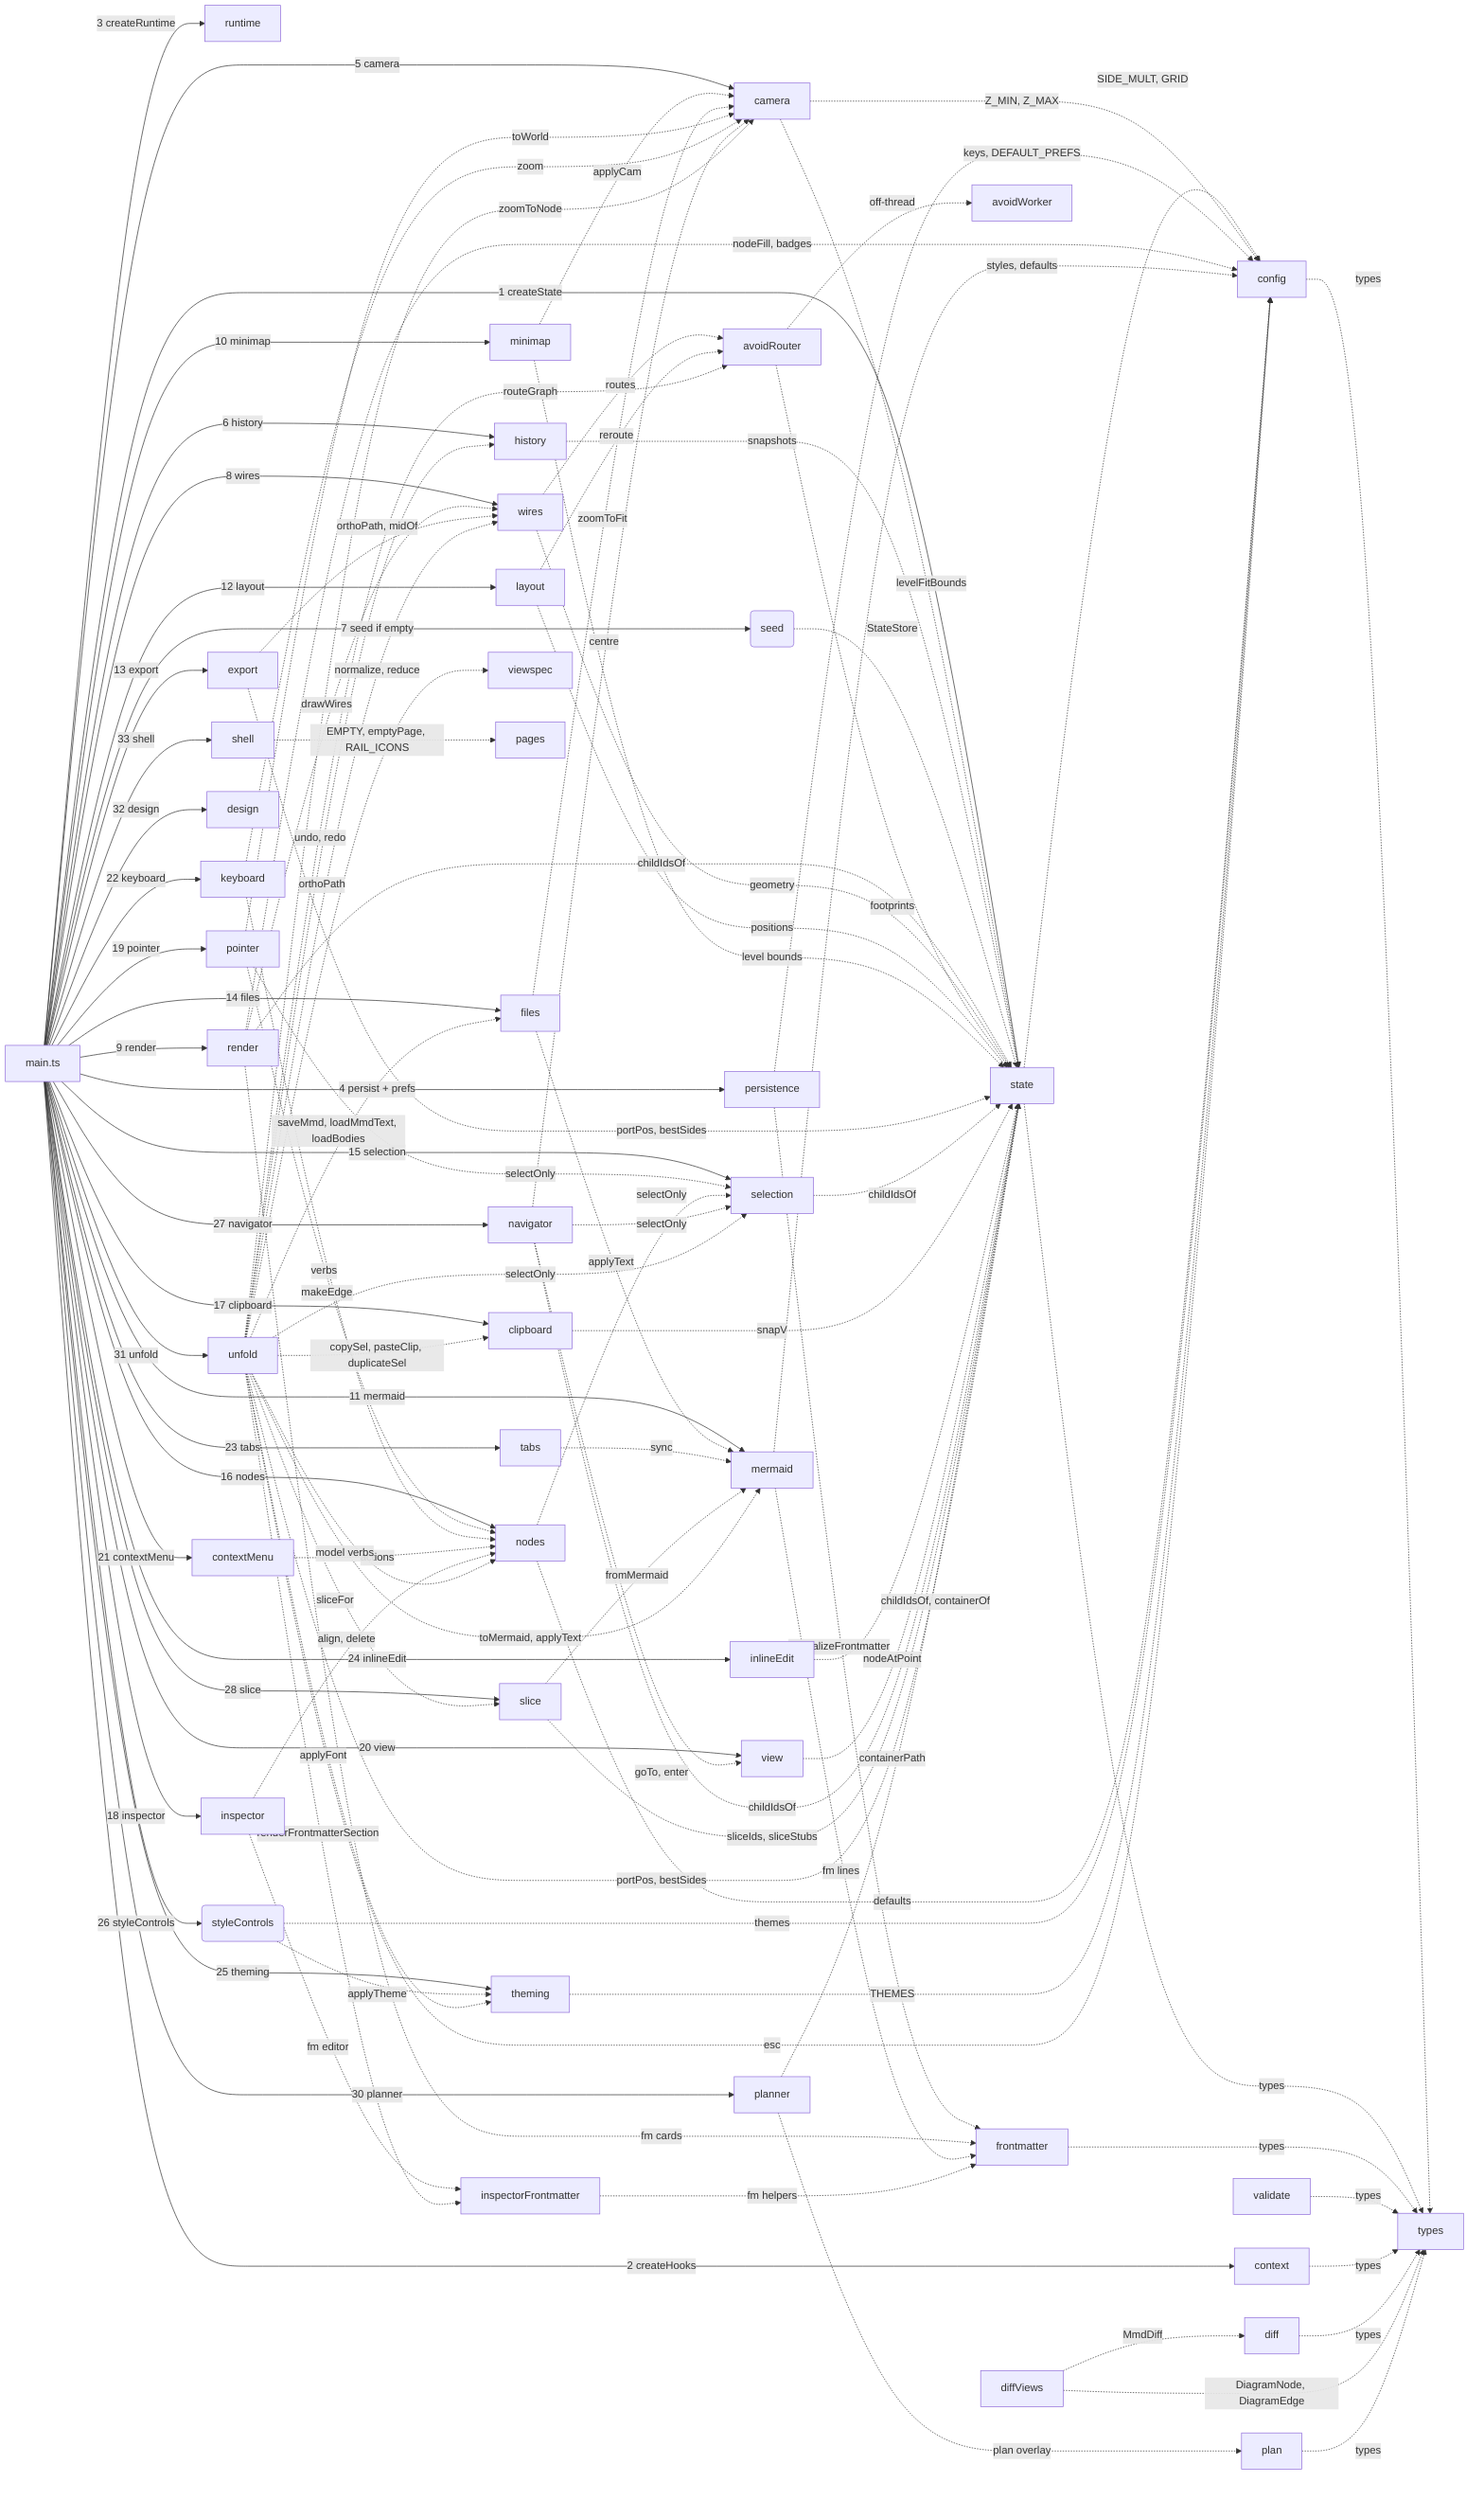
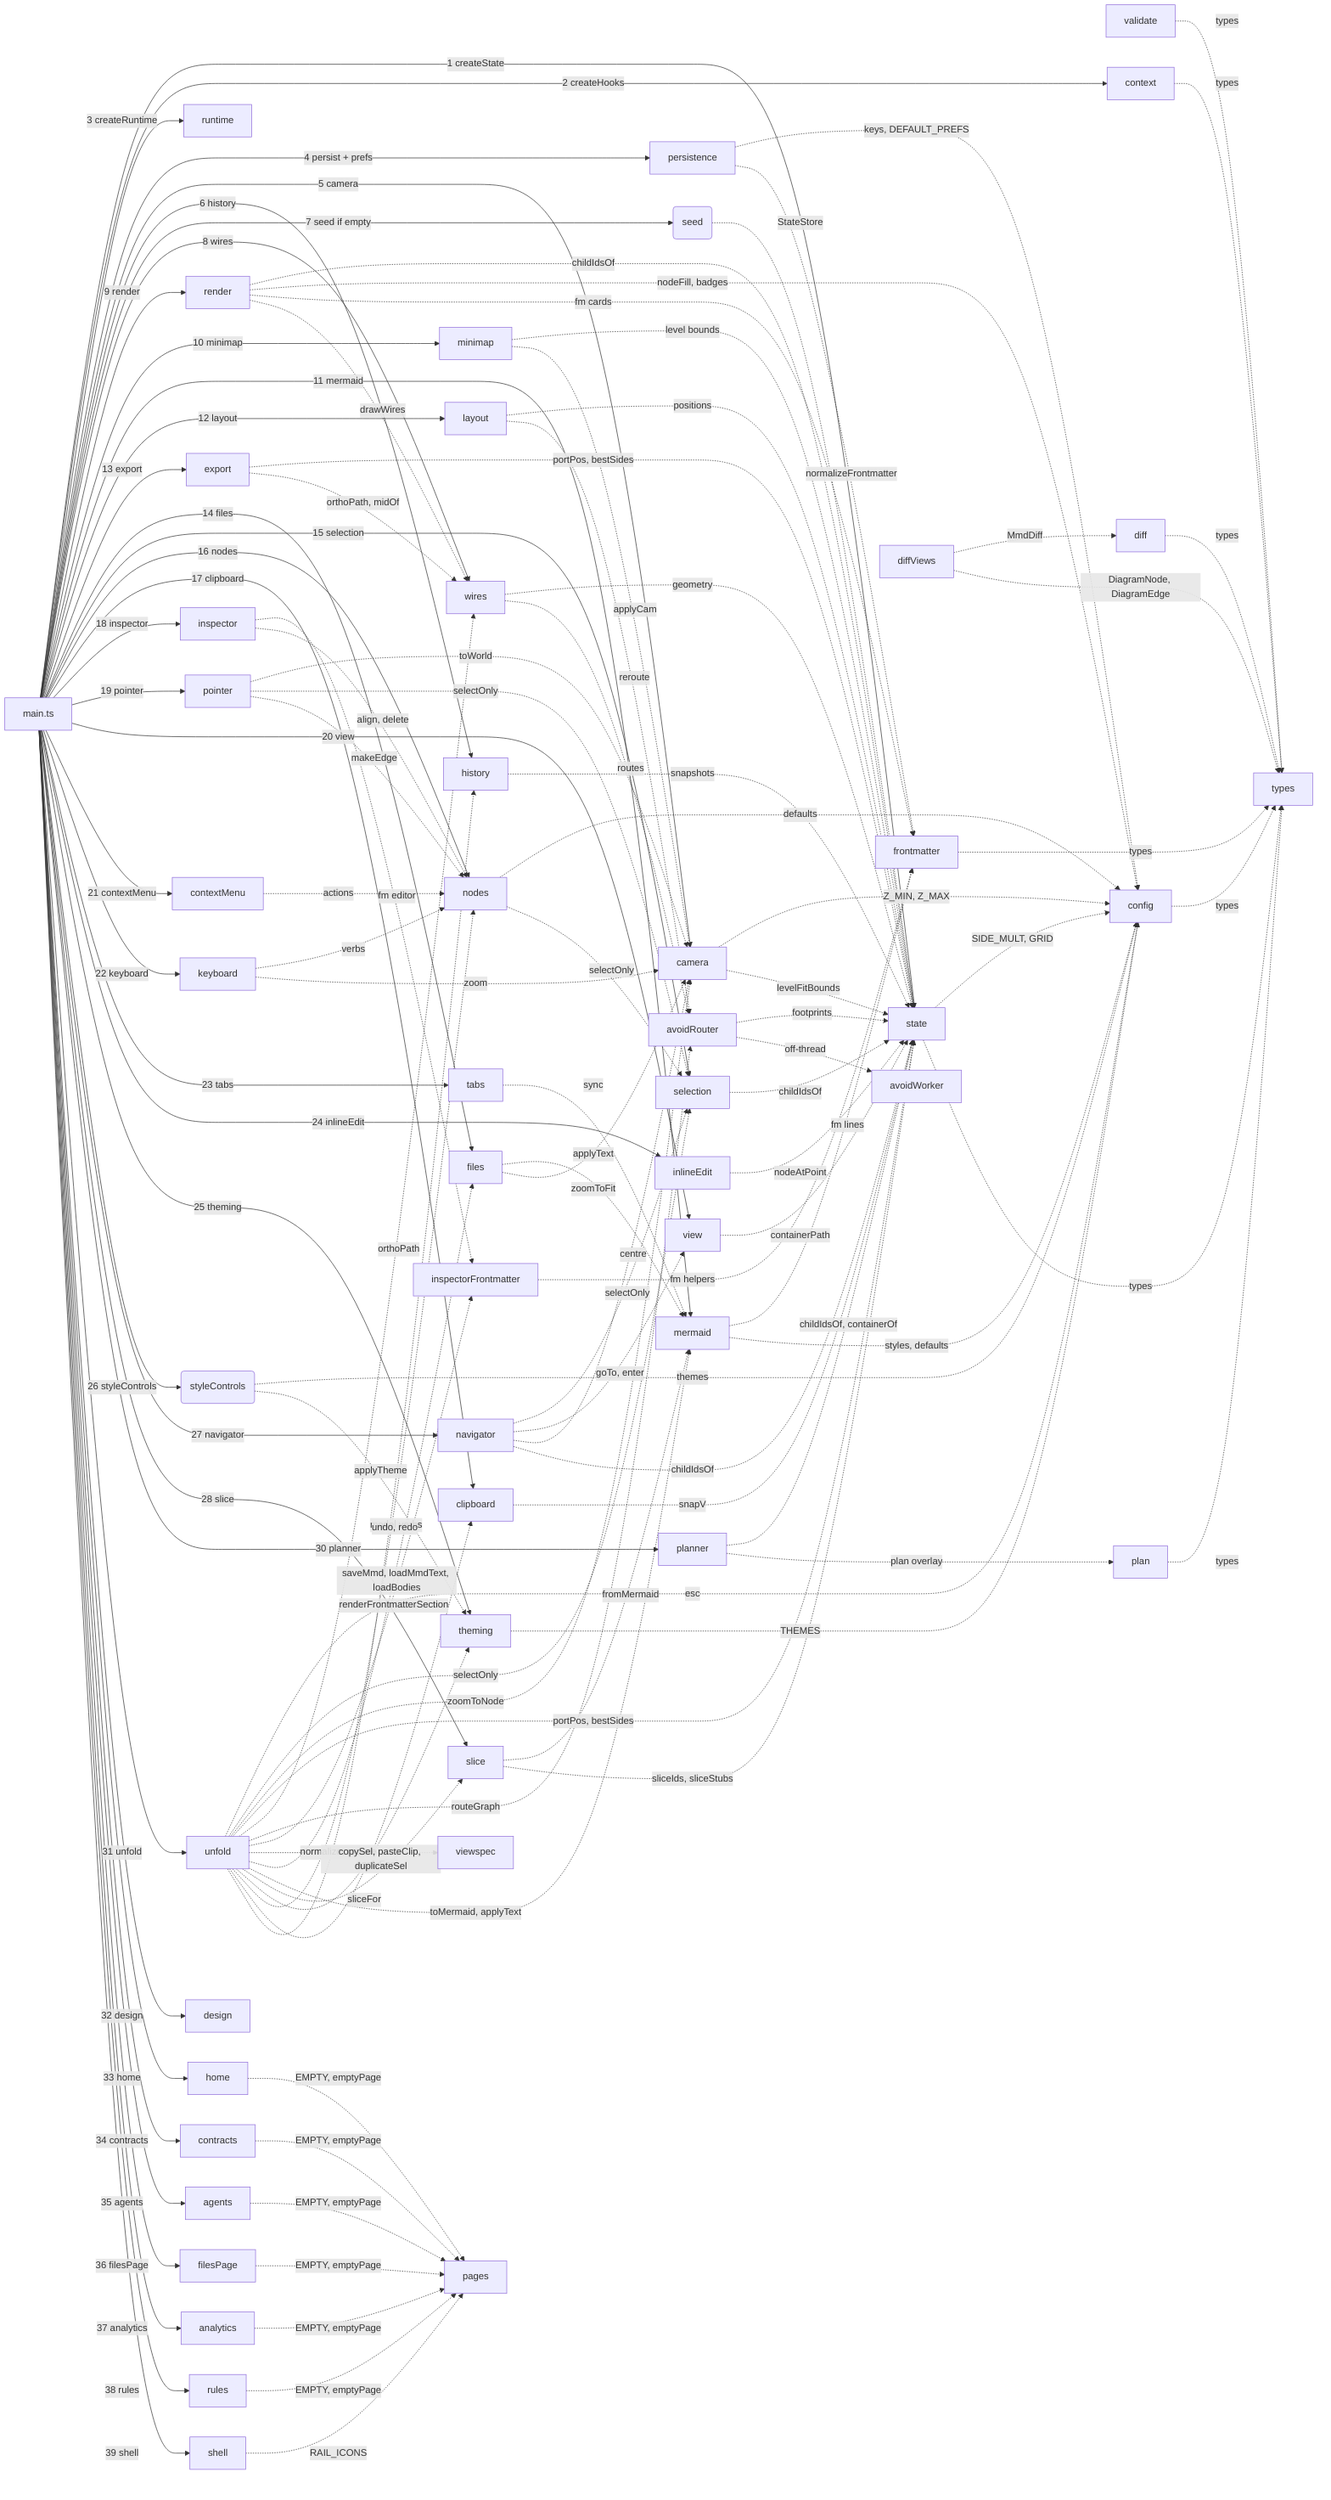
flowchart LR
%% root main

%% fm:meta main name=main
%% fm:meta main desc=composition root; builds AppContext, runs each initX in dependency order, wires hooks, boots
%% fm:meta state name=state
%% fm:meta state desc=the live diagram model (nodes, edges, selection, id counters) plus pure geometry + containment helpers
%% fm:meta frontmatter name=frontmatter
%% fm:meta frontmatter desc=per-node public-interface metadata; create, prune, serialize and parse to Mermaid %% lines
%% fm:meta validate name=validate
%% fm:meta validate desc=pure model integrity and serialize-parse round-trip checks; no DOM, types only
%% fm:meta history name=history
%% fm:meta history desc=bounded undo/redo stack of JSON model snapshots; restore writes back through hooks
%% fm:meta persistence name=persistence
%% fm:meta persistence desc=debounced autosave of model + camera to localStorage, plus load/save of Prefs
%% fm:meta camera name=camera
%% fm:meta camera desc=viewport pan and zoom transform; screen-to-world, applyCam, zoomAt, zoomToFit
%% fm:meta context name=context
%% fm:meta context desc=defines AppContext and the cross-module hook seam that breaks import cycles
%% fm:meta config name=config
%% fm:meta config desc=static lookup tables, palette, themes, fonts, zoom limits, storage keys plus tiny pure helpers
%% fm:meta types name=types
%% fm:meta types desc=shared domain types every module reads and writes; the vocabulary of the whole app
%% fm:meta runtime name=runtime
%% fm:meta runtime desc=tiny bag of transient interaction flags the render layer reads and interaction owns
%% fm:meta seed name=seed
%% fm:meta seed desc=first-run sample diagram, used only when there is no autosave to restore
%% fm:meta mermaid name=mermaid
%% fm:meta mermaid desc=two-way Mermaid text and model serializer/parser; the only module that knows the grammar
%% fm:meta layout name=layout
%% fm:meta layout desc=the Tidy automatic layered-tree layout; layers the spine and parks satellites
%% fm:meta exporter name=export
%% fm:meta exporter desc=build a standalone SVG from the model and export as a downloaded SVG or PNG
%% fm:meta files name=files
%% fm:meta files desc=save the diagram as a .mmd file and load a .mmd or bodies.json back in
%% fm:meta render name=render
%% fm:meta render desc=rebuild node DOM from the model each render; frontmatter cards, ports, drill affordance
%% fm:meta wires name=wires
%% fm:meta wires desc=draw all edges into the SVG layer plus the path geometry helpers reused by export
%% fm:meta avoidRouter name=avoidRouter
%% fm:meta avoidRouter desc=obstacle-avoiding orthogonal routing of reference edges via the libavoid WASM router
%% fm:meta minimap name=minimap
%% fm:meta minimap desc=paint the overview canvas and translate clicks and drags into camera moves
%% fm:meta avoidWorker name=avoidWorker
%% fm:meta avoidWorker desc=run the libavoid router in a dedicated worker so routing never blocks the main thread
%% fm:meta pointer name=pointer
%% fm:meta pointer desc=direct-manipulation on the canvas: drag, marquee, pan, resize, port-drag linking
%% fm:meta nodes name=nodes
%% fm:meta nodes desc=create/modify/destroy verbs on the model: addNode, makeEdge, deleteSelection, align, group
%% fm:meta selection name=selection
%% fm:meta selection desc=user-facing selection verbs that mutate sel then render and refresh the inspector
%% fm:meta clipboard name=clipboard
%% fm:meta clipboard desc=in-memory copy, paste with id remapping, and duplicate of the selection
%% fm:meta keyboard name=keyboard
%% fm:meta keyboard desc=global key and wheel handling: undo, clipboard, delete, nudge, quick-add, zoom, pan
%% fm:meta inlineEdit name=inlineEdit
%% fm:meta inlineEdit desc=double-click contenteditable label editing plus the dblclick drop-and-edit flow
%% fm:meta contextMenu name=contextMenu
%% fm:meta contextMenu desc=build and position the right-click menu with node or canvas actions
%% fm:meta view name=view
%% fm:meta view desc=own the current drill level and the verbs that change it, plus the breadcrumb
%% fm:meta inspector name=inspector
%% fm:meta inspector desc=render the right-hand property editor for a node, multi-selection, or an edge
%% fm:meta inspectorFrontmatter name=inspectorFrontmatter
%% fm:meta inspectorFrontmatter desc=render and wire the frontmatter editor for a single selected node
%% fm:meta tabs name=tabs
%% fm:meta tabs desc=switch the right panel between panes, collapse it, and show transient toasts
%% fm:meta styleControls name=styleControls
%% fm:meta styleControls desc=build and wire the Style tab: theme chips, font, toggles, routing select
%% fm:meta theming name=theming
%% fm:meta theming desc=translate prefs into live CSS variables and canvas state at runtime
%% fm:meta diff name=diff
%% fm:meta diff desc=compare two parsed models and compute the semantic delta: added, removed and changed nodes and edges
%% fm:meta navigator name=navigator
%% fm:meta navigator desc=searchable, filterable node list; click a row to drill, select and centre the camera
%% fm:meta slice name=slice
%% fm:meta slice desc=show a self-contained mmd of the selected node's neighbourhood, with a Copy button
%% fm:meta diffViews name=diffViews
%% fm:meta diffViews desc=four diff-view renderers (list, split, impact, ghost overlay) over a diffModels result; orphaned since diff-workspace.ts (their only caller) was deleted as dead code 2026-07-04 — exercised only by tools/buildspec/diff-views.test.mjs, kept for that test's F-16 canonical-suite guarantee
%% fm:meta plan name=plan
%% fm:meta plan desc=build-plan overlay model (pure): status/intent/phase changes keyed on real nodes/edges, plus blast-radius and coherence helpers
%% fm:meta planner name=planner
%% fm:meta planner desc=full-screen build-plan review surface: status overlay on the real map, tri-pane sync, accept/reject with dependency coherence, gated export to buildspec
%% fm:meta unfold name=unfold
%% fm:meta unfold desc=reading mode: full-screen folded view of ctx.state — containment roots only at arrival, unfold in place, opt-in layers (wires, desc, interfaces, metrics, colour, blast radius), browse tree, inspector with ctx.bodies source; the panel is a resizable, collapsible dock with tabs at the reveal strip on two rows (reveal · io · mermaid / slice · style); model verbs are hidden by default, revealed by selection — overlay-scoped keyboard shortcuts and a selection-only '⋯' actions menu (add/connect/duplicate/copy/paste/wrap/edit/edge ops/delete/clear/undo/redo), every verb gated by the pure ufVerbAllowed
%% fm:meta viewspec name=viewspec
%% fm:meta viewspec desc=the M3 ViewSpec contract (pure): one serializable spec object is the reading view — screen = render(spec); normalizer is the schema boundary, reducer is the only mutation path; also owns the M4 boot-surface contract (AppSurface, resolveBootSurface — read is the sticky default)
%% fm:meta shell name=shell
- %% fm:meta shell desc=K3 IDE shell — left icon rail + hash router + page host; the Codebase route reveals the untouched editor, design renders through the injected renderDesign dep, the other 6 render designed empty states (SPEC_SHELL)
+ %% fm:meta shell desc=K3 IDE shell — left icon rail + hash router + page host; the Codebase route reveals the untouched editor, every other tab (design plus the 6 K-seam stubs) renders through its own injected renderX dep (SPEC_SHELL)
%% fm:meta pages name=pages
- %% fm:meta pages desc=K3 IDE shell empty-state data + rail icon glyphs: EMPTY table, emptyPage factory, RAIL_ICONS (design has no row any more — K5 made it a real page)
+ %% fm:meta pages desc=K3 IDE shell empty-state data + rail icon glyphs: EMPTY table, emptyPage factory, RAIL_ICONS (design has no row any more — K5 made it a real page; the other 6 rows are now each read by their own K-seam stub module instead of by shell.ts directly)
%% fm:meta design name=design
%% fm:meta design desc=K5 Design tab — outcome -> ONE question -> draft card (toggle-driven structural blocks) -> confirm -> hand-off to Contracts; design-model.ts's record + pure transitions, design-render.ts's DOM builders, design.ts's factory (SPEC_DESIGN.md)
+ %% fm:meta home name=home
+ %% fm:meta home desc=K-seam stub for K8 Home — thin initHome(ctx) factory rendering pages.ts's home empty-state row via emptyPage(); pre-wired so K8 owns src/ide/home.ts without touching main.ts/shell.ts/pages.ts again
+ %% fm:meta contracts name=contracts
+ %% fm:meta contracts desc=K-seam stub for K4 Contracts — thin initContracts(ctx) factory rendering pages.ts's contracts empty-state row via emptyPage(); K4 replaces the render body with the real keystone certificate view
+ %% fm:meta agents name=agents
+ %% fm:meta agents desc=K-seam stub for K6 Agents — thin initAgents(ctx) factory rendering pages.ts's agents empty-state row via emptyPage(); K6 replaces the render body with the real xterm.js-over-K2-bridge terminal
+ %% fm:meta filesPage name=filesPage
+ %% fm:meta filesPage desc=K-seam stub for K7 Files — thin initFilesPage(ctx) factory rendering pages.ts's files empty-state row via emptyPage(); also exports the RepoScope type-only placeholder other lanes may import ahead of K7
+ %% fm:meta analytics name=analytics
+ %% fm:meta analytics desc=K-seam stub for K10 Analytics — thin initAnalytics(ctx) factory rendering pages.ts's analytics empty-state row via emptyPage()
+ %% fm:meta rules name=rules
+ %% fm:meta rules desc=K-seam stub for K9 Rules — thin initRules(ctx) factory rendering pages.ts's rules empty-state row via emptyPage()

%% kind main module
%% kind state module
%% kind frontmatter module
%% kind validate module
%% kind history module
%% kind persistence module
%% kind camera module
%% kind context module
%% kind config module
%% kind types module
%% kind runtime module
%% kind seed function
%% kind mermaid module
%% kind layout module
%% kind exporter module
%% kind files module
%% kind render module
%% kind wires module
%% kind avoidRouter module
%% kind minimap module
%% kind avoidWorker module
%% kind pointer module
%% kind nodes module
%% kind selection module
%% kind clipboard module
%% kind keyboard module
%% kind inlineEdit module
%% kind contextMenu module
%% kind view module
%% kind inspector module
%% kind inspectorFrontmatter module
%% kind tabs module
%% kind styleControls function
%% kind theming module
%% kind diff module
%% kind navigator module
%% kind slice module
%% kind diffViews module
%% kind plan module
%% kind planner module
%% kind unfold module
%% kind viewspec module
%% kind shell module
%% kind pages module
%% kind design module
+ %% kind home module
+ %% kind contracts module
+ %% kind agents module
+ %% kind filesPage module
+ %% kind analytics module
+ %% kind rules module

  main["main.ts"]
  state["state"]
  frontmatter["frontmatter"]
  validate["validate"]
  history["history"]
  persistence["persistence"]
  camera["camera"]
  context["context"]
  config["config"]
  types["types"]
  runtime["runtime"]
  seed("seed")
  mermaid["mermaid"]
  layout["layout"]
  exporter["export"]
  files["files"]
  render["render"]
  wires["wires"]
  avoidRouter["avoidRouter"]
  minimap["minimap"]
  avoidWorker["avoidWorker"]
  pointer["pointer"]
  nodes["nodes"]
  selection["selection"]
  clipboard["clipboard"]
  keyboard["keyboard"]
  inlineEdit["inlineEdit"]
  contextMenu["contextMenu"]
  view["view"]
  inspector["inspector"]
  inspectorFrontmatter["inspectorFrontmatter"]
  tabs["tabs"]
  styleControls("styleControls")
  theming["theming"]
  diff["diff"]
  navigator["navigator"]
  slice["slice"]
  diffViews["diffViews"]
  plan["plan"]
  planner["planner"]
  unfold["unfold"]
  viewspec["viewspec"]
  shell["shell"]
  pages["pages"]
  design["design"]
+   home["home"]
+   contracts["contracts"]
+   agents["agents"]
+   filesPage["filesPage"]
+   analytics["analytics"]
+   rules["rules"]

  main -->|1 createState| state
  main -->|2 createHooks| context
  main -->|3 createRuntime| runtime
  main -->|4 persist + prefs| persistence
  main -->|5 camera| camera
  main -->|6 history| history
  main -->|7 seed if empty| seed
  main -->|8 wires| wires
  main -->|9 render| render
  main -->|10 minimap| minimap
  main -->|11 mermaid| mermaid
  main -->|12 layout| layout
  main -->|13 export| exporter
  main -->|14 files| files
  main -->|15 selection| selection
  main -->|16 nodes| nodes
  main -->|17 clipboard| clipboard
  main -->|18 inspector| inspector
  main -->|19 pointer| pointer
  main -->|20 view| view
  main -->|21 contextMenu| contextMenu
  main -->|22 keyboard| keyboard
  main -->|23 tabs| tabs
  main -->|24 inlineEdit| inlineEdit
  main -->|25 theming| theming
  main -->|26 styleControls| styleControls
  config -.->|types| types
  state -.->|SIDE_MULT, GRID| config
  state -.->|types| types
  camera -.->|Z_MIN, Z_MAX| config
  camera -.->|levelFitBounds| state
  persistence -.->|keys, DEFAULT_PREFS| config
  persistence -.->|normalizeFrontmatter| frontmatter
  history -.->|snapshots| state
  frontmatter -.->|types| types
  validate -.->|types| types
  seed -.->|StateStore| state
  context -.->|types| types
  render -.->|childIdsOf| state
  render -.->|nodeFill, badges| config
  render -.->|fm cards| frontmatter
  render -.->|drawWires| wires
  wires -.->|geometry| state
  wires -.->|routes| avoidRouter
  avoidRouter -.->|footprints| state
  avoidRouter -.->|off-thread| avoidWorker
  layout -.->|positions| state
  layout -.->|reroute| avoidRouter
  minimap -.->|level bounds| state
  minimap -.->|applyCam| camera
  mermaid -.->|fm lines| frontmatter
  mermaid -.->|styles, defaults| config
  exporter -.->|portPos, bestSides| state
  exporter -.->|orthoPath, midOf| wires
  files -.->|applyText| mermaid
  files -.->|zoomToFit| camera
  pointer -.->|toWorld| camera
  pointer -.->|selectOnly| selection
  pointer -.->|makeEdge| nodes
  nodes -.->|defaults| config
  nodes -.->|selectOnly| selection
  selection -.->|childIdsOf| state
  clipboard -.->|snapV| state
  keyboard -.->|verbs| nodes
  keyboard -.->|zoom| camera
  inlineEdit -.->|nodeAtPoint| state
  contextMenu -.->|actions| nodes
  view -.->|containerPath| state
  inspector -.->|fm editor| inspectorFrontmatter
  inspector -.->|align, delete| nodes
  inspectorFrontmatter -.->|fm helpers| frontmatter
  tabs -.->|sync| mermaid
  styleControls -.->|themes| config
  styleControls -.->|applyTheme| theming
  theming -.->|THEMES| config
  main -->|27 navigator| navigator
  main -->|28 slice| slice
  diff -.->|types| types
  diffViews -.->|MmdDiff| diff
  diffViews -.->|DiagramNode, DiagramEdge| types
  navigator -.->|selectOnly| selection
  navigator -.->|goTo, enter| view
  navigator -.->|centre| camera
  navigator -.->|childIdsOf| state
  slice -.->|fromMermaid| mermaid
  slice -.->|sliceIds, sliceStubs| state
  main -->|30 planner| planner
  main -->|31 unfold| unfold
  plan -.->|types| types
  planner -.->|childIdsOf, containerOf| state
  planner -.->|plan overlay| plan
  unfold -.->|esc| config
  unfold -.->|selectOnly| selection
  unfold -.->|zoomToNode| camera
  unfold -.->|portPos, bestSides| state
  unfold -.->|orthoPath| wires
  unfold -.->|routeGraph| avoidRouter
  unfold -.->|renderFrontmatterSection| inspectorFrontmatter
  unfold -.->|normalize, reduce| viewspec
  unfold -.->|saveMmd, loadMmdText, loadBodies| files
  unfold -.->|toMermaid, applyText| mermaid
  unfold -.->|sliceFor| slice
  unfold -.->|applyFont| theming
  unfold -.->|model verbs| nodes
  unfold -.->|copySel, pasteClip, duplicateSel| clipboard
  unfold -.->|undo, redo| history
  main -->|32 design| design
-   main -->|33 shell| shell
-   shell -.->|EMPTY, emptyPage, RAIL_ICONS| pages
+   main -->|33 home| home
+   main -->|34 contracts| contracts
+   main -->|35 agents| agents
+   main -->|36 filesPage| filesPage
+   main -->|37 analytics| analytics
+   main -->|38 rules| rules
+   main -->|39 shell| shell
+   shell -.->|RAIL_ICONS| pages
+   home -.->|EMPTY, emptyPage| pages
+   contracts -.->|EMPTY, emptyPage| pages
+   agents -.->|EMPTY, emptyPage| pages
+   filesPage -.->|EMPTY, emptyPage| pages
+   analytics -.->|EMPTY, emptyPage| pages
+   rules -.->|EMPTY, emptyPage| pages

%% ---- reading-mode grouping (%% group dialect directive) ----
%% Promoted from sandbox/unfold/hierarchy.json: the curated responsibility
%% grouping ABOVE modules. No geometry; the canvas ignores it; the unfold
%% surface folds to these regions and stages/aggregates by them.
%% group g_editor "Editor"
%% group g_canvas "Canvas" parent g_editor
%% group g_render_view "Rendering & viewport" parent g_canvas
%% group g_layout_routing "Layout & routing" parent g_canvas
%% group g_direct_manip "Direct manipulation" parent g_canvas
%% group g_side_panels "Side panels" parent g_editor
%% group g_reading "Reading mode" parent g_editor
%% group g_domain "Domain model"
%% group g_core_model "Core model & config" parent g_domain
%% group g_node_meta "Node metadata" parent g_domain
%% group g_history "History & first-run" parent g_domain
%% group g_review "Review & planning"
%% group g_io "Persistence & IO"
%% group g_orchestration "Orchestration"
%% group-member g_render_view render
%% group-member g_render_view wires
%% group-member g_render_view camera
%% group-member g_render_view minimap
%% group-member g_render_view theming
%% group-member g_layout_routing layout
%% group-member g_layout_routing avoidRouter
%% group-member g_layout_routing avoidWorker
%% group-member g_direct_manip pointer
%% group-member g_direct_manip nodes
%% group-member g_direct_manip selection
%% group-member g_direct_manip clipboard
%% group-member g_direct_manip inlineEdit
%% group-member g_direct_manip keyboard
%% group-member g_direct_manip contextMenu
%% group-member g_direct_manip view
%% group-member g_side_panels inspector
%% group-member g_side_panels inspectorFrontmatter
%% group-member g_side_panels tabs
%% group-member g_side_panels styleControls
%% group-member g_side_panels navigator
%% group-member g_side_panels slice
%% group-member g_reading unfold
%% group-member g_reading viewspec
%% group-member g_core_model state
%% group-member g_core_model types
%% group-member g_core_model config
%% group-member g_core_model runtime
%% group-member g_node_meta frontmatter
%% group-member g_node_meta validate
%% group-member g_history history
%% group-member g_history seed
%% group-member g_review diff
%% group-member g_review diffViews
%% group-member g_review plan
%% group-member g_review planner
%% group-member g_io mermaid
%% group-member g_io files
%% group-member g_io persistence
%% group-member g_io exporter
%% group-member g_orchestration main
%% group-member g_orchestration context
